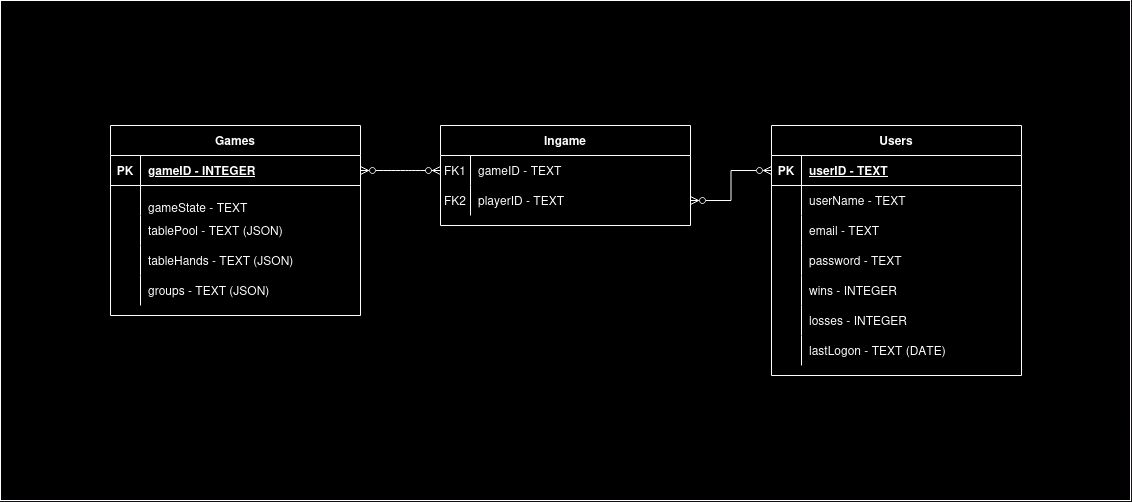
Before: ER_Diagram_Preliminary.png, a diagram exported from draw.io (wiz-rd/Rummikub). Source tidied: cells renumbered, new cells last; positions are measured from the earlier drawing's top-left corner, leaving out a move shared by most shapes.
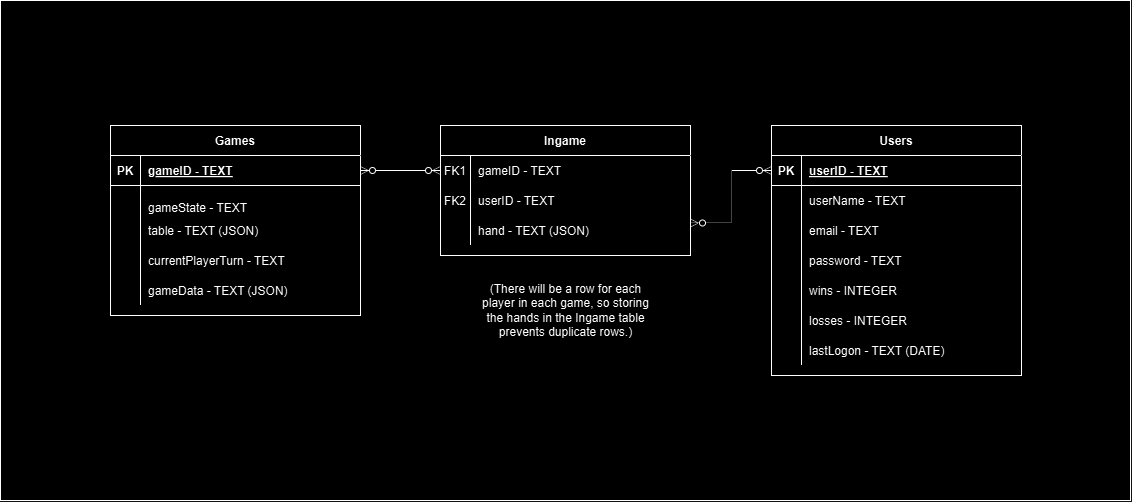
After the change.

What changed in the source:
```diff
@@ -9,7 +9,7 @@
       <mxGeometry relative="1" as="geometry" />
     </mxCell>
     <mxCell id="4" value="Ingame" style="shape=table;startSize=30;rowLines=0;fontStyle=1;align=center;" parent="1" vertex="1">
-      <mxGeometry x="440" y="125" width="250" height="100" as="geometry" />
+      <mxGeometry x="440" y="125" width="250" height="130" as="geometry" />
     </mxCell>
     <mxCell id="5" style="shape=partialRectangle;fillColor=none;points=[[0,0.5],[1,0.5]];portConstraint=eastwest;top=0;left=0;right=0;bottom=0;" parent="4" vertex="1">
       <mxGeometry y="30" width="250" height="30" as="geometry" />
@@ -26,9 +26,18 @@
     <mxCell id="9" value="FK2" style="shape=partialRectangle;overflow=hidden;fillColor=none;top=0;left=0;bottom=0;right=0;" parent="8" vertex="1">
       <mxGeometry width="30" height="30" as="geometry" />
     </mxCell>
-    <mxCell id="10" value="playerID - TEXT" style="shape=partialRectangle;overflow=hidden;fillColor=none;top=0;left=0;bottom=0;right=0;align=left;spacingLeft=6;" parent="8" vertex="1">
+    <mxCell id="10" value="userID - TEXT" style="shape=partialRectangle;overflow=hidden;fillColor=none;top=0;left=0;bottom=0;right=0;align=left;spacingLeft=6;" parent="8" vertex="1">
       <mxGeometry x="30" width="220" height="30" as="geometry" />
     </mxCell>
+    <mxCell id="50" style="shape=partialRectangle;fillColor=none;top=0;left=0;right=0;bottom=0;" parent="4" vertex="1">
+      <mxGeometry y="90" width="250" height="30" as="geometry" />
+    </mxCell>
+    <mxCell id="51" style="shape=partialRectangle;overflow=hidden;fillColor=none;top=0;left=0;bottom=0;right=0;" parent="50" vertex="1">
+      <mxGeometry width="30" height="30" as="geometry" />
+    </mxCell>
+    <mxCell id="52" value="hand - TEXT (JSON)" style="shape=partialRectangle;overflow=hidden;fillColor=none;top=0;left=0;bottom=0;right=0;align=left;spacingLeft=6;" parent="50" vertex="1">
+      <mxGeometry x="30" width="220" height="30" as="geometry" />
+    </mxCell>
     <mxCell id="11" value="Users" style="shape=table;startSize=30;rowLines=0;fontStyle=1;align=center;" parent="1" vertex="1">
       <mxGeometry x="771" y="125" width="250" height="250" as="geometry" />
     </mxCell>
@@ -104,7 +113,7 @@
     <mxCell id="35" value="PK" style="shape=partialRectangle;overflow=hidden;fillColor=none;top=0;left=0;bottom=0;right=0;fontStyle=1;" parent="34" vertex="1">
       <mxGeometry width="30" height="30" as="geometry" />
     </mxCell>
-    <mxCell id="36" value="gameID - INTEGER" style="shape=partialRectangle;overflow=hidden;fillColor=none;top=0;left=0;bottom=0;right=0;align=left;spacingLeft=6;fontStyle=5;" parent="34" vertex="1">
+    <mxCell id="36" value="gameID - TEXT" style="shape=partialRectangle;overflow=hidden;fillColor=none;top=0;left=0;bottom=0;right=0;align=left;spacingLeft=6;fontStyle=5;" parent="34" vertex="1">
       <mxGeometry x="30" width="220" height="30" as="geometry" />
     </mxCell>
     <mxCell id="37" style="shape=partialRectangle;fillColor=none;top=0;left=0;right=0;bottom=0;" parent="33" vertex="1">
@@ -122,29 +131,32 @@
     <mxCell id="41" style="shape=partialRectangle;overflow=hidden;fillColor=none;top=0;left=0;bottom=0;right=0;" parent="40" vertex="1">
       <mxGeometry width="30" height="30" as="geometry" />
     </mxCell>
-    <mxCell id="42" value="tablePool - TEXT (JSON)" style="shape=partialRectangle;overflow=hidden;fillColor=none;top=0;left=0;bottom=0;right=0;align=left;spacingLeft=6;" parent="40" vertex="1">
+    <mxCell id="42" value="table - TEXT (JSON)" style="shape=partialRectangle;overflow=hidden;fillColor=none;top=0;left=0;bottom=0;right=0;align=left;spacingLeft=6;" parent="40" vertex="1">
       <mxGeometry x="30" width="220" height="30" as="geometry" />
     </mxCell>
     <mxCell id="43" style="shape=partialRectangle;fillColor=none;top=0;left=0;right=0;bottom=0;" parent="33" vertex="1">
       <mxGeometry y="120" width="250" height="30" as="geometry" />
     </mxCell>
-    <mxCell id="44" style="shape=partialRectangle;overflow=hidden;fillColor=none;top=0;left=0;bottom=0;right=0;" parent="43" vertex="1">
-      <mxGeometry width="30" height="30" as="geometry" />
-    </mxCell>
-    <mxCell id="45" value="tableHands - TEXT (JSON)" style="shape=partialRectangle;overflow=hidden;fillColor=none;top=0;left=0;bottom=0;right=0;align=left;spacingLeft=6;" parent="43" vertex="1">
-      <mxGeometry x="30" width="220" height="30" as="geometry" />
-    </mxCell>
+    <mxCell id="53" style="shape=partialRectangle;overflow=hidden;fillColor=none;top=0;left=0;bottom=0;right=0;" parent="43" vertex="1">
+      <mxGeometry width="30" height="30" as="geometry" />
+    </mxCell>
+    <mxCell id="54" value="currentPlayerTurn - TEXT" style="shape=partialRectangle;overflow=hidden;fillColor=none;top=0;left=0;bottom=0;right=0;align=left;spacingLeft=6;" parent="43" vertex="1">
+      <mxGeometry x="30" width="220" height="30" as="geometry" />
+    </mxCell>
     <mxCell id="46" style="shape=partialRectangle;fillColor=none;top=0;left=0;right=0;bottom=0;" parent="33" vertex="1">
       <mxGeometry y="150" width="250" height="30" as="geometry" />
     </mxCell>
-    <mxCell id="47" style="shape=partialRectangle;overflow=hidden;fillColor=none;top=0;left=0;bottom=0;right=0;" parent="46" vertex="1">
-      <mxGeometry width="30" height="30" as="geometry" />
-    </mxCell>
-    <mxCell id="48" value="groups - TEXT (JSON)" style="shape=partialRectangle;overflow=hidden;fillColor=none;top=0;left=0;bottom=0;right=0;align=left;spacingLeft=6;" parent="46" vertex="1">
-      <mxGeometry x="30" width="220" height="30" as="geometry" />
-    </mxCell>
+    <mxCell id="55" style="shape=partialRectangle;overflow=hidden;fillColor=none;top=0;left=0;bottom=0;right=0;" parent="46" vertex="1">
+      <mxGeometry width="30" height="30" as="geometry" />
+    </mxCell>
+    <mxCell id="56" value="gameData - TEXT (JSON)" style="shape=partialRectangle;overflow=hidden;fillColor=none;top=0;left=0;bottom=0;right=0;align=left;spacingLeft=6;" parent="46" vertex="1">
+      <mxGeometry x="30" width="220" height="30" as="geometry" />
+    </mxCell>
     <mxCell id="49" style="edgeStyle=orthogonalEdgeStyle;rounded=0;jettySize=auto;html=1;exitX=0;exitY=0.5;exitDx=0;exitDy=0;entryX=1;entryY=0.75;entryDx=0;entryDy=0;startArrow=ERzeroToMany;startFill=0;endArrow=ERzeroToMany;endFill=0;" parent="1" edge="1" source="12" target="4">
       <mxGeometry relative="1" as="geometry" />
     </mxCell>
+    <mxCell id="57" value="(There will be a row for each player in each game, so storing the hands in the Ingame table prevents duplicate rows.)" style="text;html=1;align=center;verticalAlign=middle;whiteSpace=wrap;rounded=0;" parent="1" vertex="1">
+      <mxGeometry x="472.5" y="265" width="185" height="90" as="geometry" />
+    </mxCell>
   </root>
 </mxGraphModel>
```
